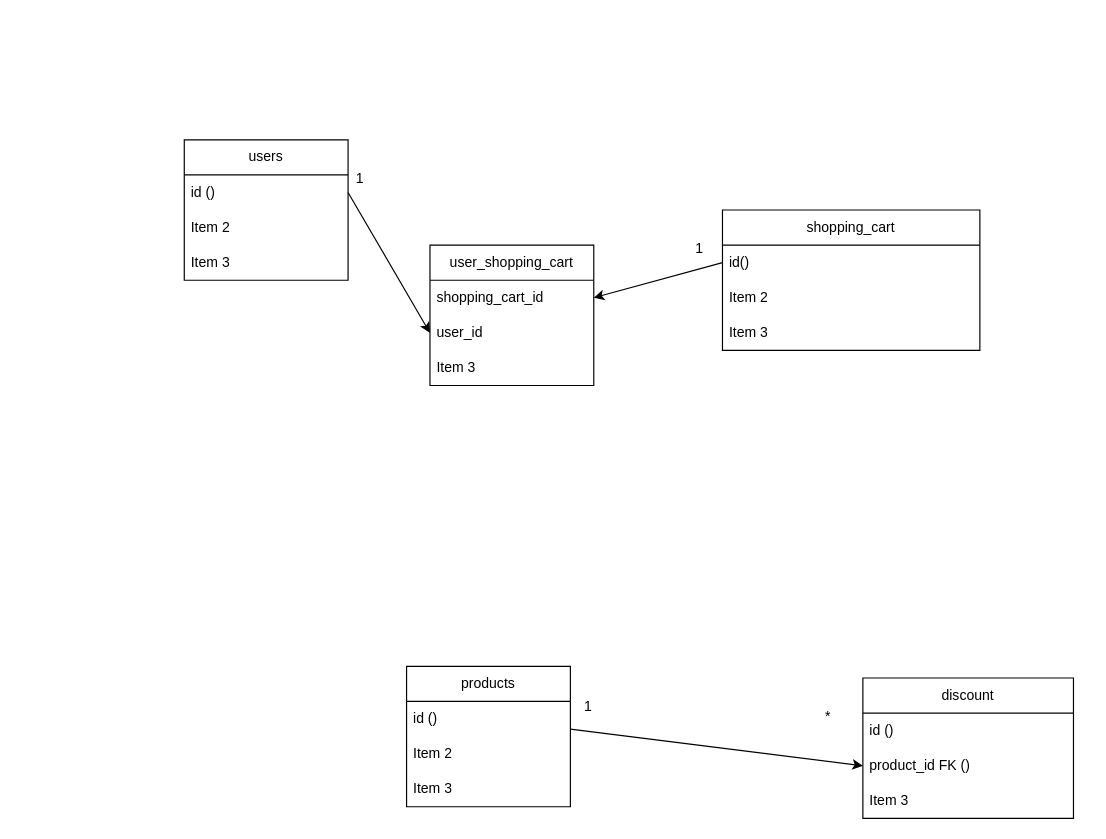
DamianoMura/backend keeps this draw.io diagram as DB_GRAPH.drawio. Above is the earlier version. Source tidied: cells renumbered, new cells numbered last; positions are measured from the earlier drawing's top-left corner, leaving out a move shared by most shapes. Both pictures are drawn from the tidied source at 117%, with x=0, y=0 at pixel (184, 139).
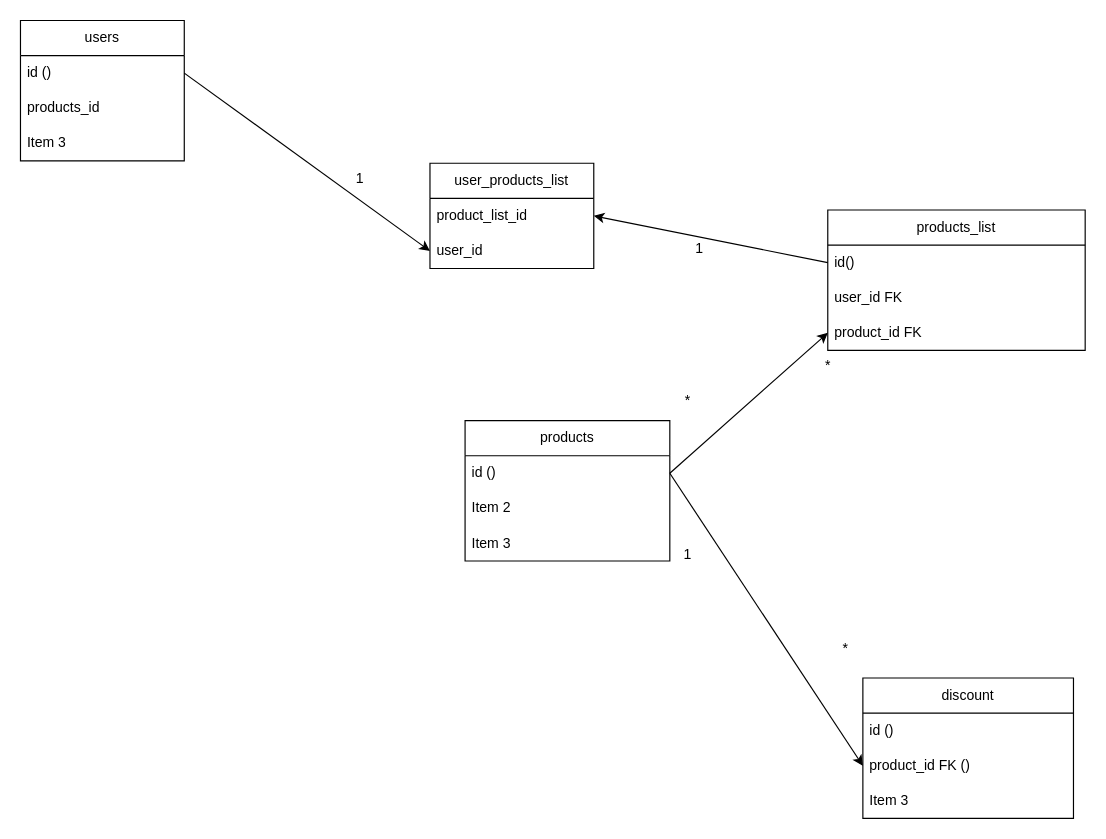
The same page after the edit.

Commit message:
[feat] update tables_product

The change refers to these unchanged cells:
```xml
<mxCell id="12" value="product_id FK&amp;nbsp;&lt;span style=&quot;color: rgb(0, 0, 0);&quot;&gt;()&lt;/span&gt;&amp;nbsp;" style="text;strokeColor=none;fillColor=none;align=left;verticalAlign=middle;spacingLeft=4;spacingRight=4;overflow=hidden;points=[[0,0.5],[1,0.5]];portConstraint=eastwest;whiteSpace=wrap;html=1;" parent="10" vertex="1">
  <mxGeometry y="60" width="180" height="30" as="geometry" />
</mxCell>
```

Diff of the diagram source:
```diff
@@
     <mxCell id="2" value="users" style="swimlane;fontStyle=0;horizontal=1;startSize=30;whiteSpace=wrap;html=1;" parent="1" vertex="1">
-      <mxGeometry width="140" height="120" as="geometry" />
+      <mxGeometry x="-140" y="-102" width="140" height="120" as="geometry" />
     </mxCell>
@@
-    <mxCell id="4" value="Item 2" style="text;strokeColor=none;fillColor=none;align=left;verticalAlign=middle;spacingLeft=4;spacingRight=4;overflow=hidden;whiteSpace=wrap;html=1;" parent="2" vertex="1">
+    <mxCell id="4" value="&lt;span style=&quot;color: rgb(0, 0, 0); text-align: center;&quot;&gt;products_id&lt;/span&gt;" style="text;strokeColor=none;fillColor=none;align=left;verticalAlign=middle;spacingLeft=4;spacingRight=4;overflow=hidden;whiteSpace=wrap;html=1;" parent="2" vertex="1">
       <mxGeometry y="60" width="140" height="30" as="geometry" />
     </mxCell>
@@
     <mxCell id="6" value="products" style="swimlane;fontStyle=0;horizontal=1;startSize=30;whiteSpace=wrap;html=1;" parent="1" vertex="1">
-      <mxGeometry x="190" y="450" width="140" height="120" as="geometry" />
+      <mxGeometry x="240" y="240" width="175" height="120" as="geometry" />
     </mxCell>
     <mxCell id="7" value="&lt;span style=&quot;color: rgb(0, 0, 0);&quot;&gt;id ()&lt;/span&gt;" style="text;strokeColor=none;fillColor=none;align=left;verticalAlign=middle;spacingLeft=4;spacingRight=4;overflow=hidden;points=[[0,0.5],[1,0.5]];portConstraint=eastwest;whiteSpace=wrap;html=1;" parent="6" vertex="1">
-      <mxGeometry y="30" width="140" height="30" as="geometry" />
+      <mxGeometry y="30" width="175" height="30" as="geometry" />
     </mxCell>
     <mxCell id="8" value="Item 2" style="text;strokeColor=none;fillColor=none;align=left;verticalAlign=middle;spacingLeft=4;spacingRight=4;overflow=hidden;whiteSpace=wrap;html=1;" parent="6" vertex="1">
-      <mxGeometry y="60" width="140" height="30" as="geometry" />
+      <mxGeometry y="60" width="175" height="30" as="geometry" />
     </mxCell>
     <mxCell id="9" value="Item 3" style="text;strokeColor=none;fillColor=none;align=left;verticalAlign=middle;spacingLeft=4;spacingRight=4;overflow=hidden;whiteSpace=wrap;html=1;" parent="6" vertex="1">
-      <mxGeometry y="90" width="140" height="30" as="geometry" />
+      <mxGeometry y="90" width="175" height="30" as="geometry" />
     </mxCell>
@@
     <mxCell id="14" value="1" style="text;html=1;align=center;verticalAlign=middle;strokeColor=none;fillColor=none;" parent="1" vertex="1">
-      <mxGeometry x="330" y="470" width="30" height="30" as="geometry" />
+      <mxGeometry x="415" y="340" width="30" height="30" as="geometry" />
     </mxCell>
-    <mxCell id="15" style="edgeStyle=none;html=1;entryX=0;entryY=0.5;entryDx=0;entryDy=0;" parent="1" edge="1" source="7" target="12">
-      <mxGeometry relative="1" as="geometry" />
-    </mxCell>
     <mxCell id="16" value="*" style="text;html=1;align=center;verticalAlign=middle;strokeColor=none;fillColor=none;" parent="1" vertex="1">
-      <mxGeometry x="535" y="478" width="30" height="30" as="geometry" />
+      <mxGeometry x="550" y="420" width="30" height="30" as="geometry" />
     </mxCell>
-    <mxCell id="17" value="shopping_cart" style="swimlane;fontStyle=0;horizontal=1;startSize=30;whiteSpace=wrap;html=1;" parent="1" vertex="1">
-      <mxGeometry x="460" y="60" width="220" height="120" as="geometry" />
+    <mxCell id="17" value="products_list" style="swimlane;fontStyle=0;horizontal=1;startSize=30;whiteSpace=wrap;html=1;" parent="1" vertex="1">
+      <mxGeometry x="550" y="60" width="220" height="120" as="geometry" />
     </mxCell>
@@
-    <mxCell id="19" value="Item 2" style="text;strokeColor=none;fillColor=none;align=left;verticalAlign=middle;spacingLeft=4;spacingRight=4;overflow=hidden;whiteSpace=wrap;html=1;" parent="17" vertex="1">
+    <mxCell id="19" value="&lt;span style=&quot;color: rgb(0, 0, 0);&quot;&gt;user_id FK&lt;/span&gt;" style="text;strokeColor=none;fillColor=none;align=left;verticalAlign=middle;spacingLeft=4;spacingRight=4;overflow=hidden;whiteSpace=wrap;html=1;" parent="17" vertex="1">
       <mxGeometry y="60" width="220" height="30" as="geometry" />
     </mxCell>
-    <mxCell id="20" value="Item 3" style="text;strokeColor=none;fillColor=none;align=left;verticalAlign=middle;spacingLeft=4;spacingRight=4;overflow=hidden;points=[[0,0.5],[1,0.5]];portConstraint=eastwest;whiteSpace=wrap;html=1;" parent="17" vertex="1">
+    <mxCell id="20" value="&lt;span style=&quot;color: rgb(0, 0, 0); text-align: center;&quot;&gt;product_id FK&lt;/span&gt;" style="text;strokeColor=none;fillColor=none;align=left;verticalAlign=middle;spacingLeft=4;spacingRight=4;overflow=hidden;points=[[0,0.5],[1,0.5]];portConstraint=eastwest;whiteSpace=wrap;html=1;" parent="17" vertex="1">
       <mxGeometry y="90" width="220" height="30" as="geometry" />
     </mxCell>
-    <mxCell id="21" value="user_&lt;span style=&quot;color: rgb(0, 0, 0);&quot;&gt;shopping_cart&lt;/span&gt;" style="swimlane;fontStyle=0;horizontal=1;startSize=30;whiteSpace=wrap;html=1;" parent="1" vertex="1">
-      <mxGeometry x="210" y="90" width="140" height="120" as="geometry" />
+    <mxCell id="21" value="user_&lt;span style=&quot;color: rgb(0, 0, 0);&quot;&gt;products_list&lt;/span&gt;" style="swimlane;fontStyle=0;horizontal=1;startSize=30;whiteSpace=wrap;html=1;" parent="1" vertex="1">
+      <mxGeometry x="210" y="20" width="140" height="90" as="geometry" />
     </mxCell>
-    <mxCell id="22" value="&lt;span style=&quot;color: rgb(0, 0, 0); text-align: center;&quot;&gt;shopping_cart_id&lt;/span&gt;" style="text;strokeColor=none;fillColor=none;align=left;verticalAlign=middle;spacingLeft=4;spacingRight=4;overflow=hidden;points=[[0,0.5],[1,0.5]];portConstraint=eastwest;whiteSpace=wrap;html=1;" parent="21" vertex="1">
+    <mxCell id="22" value="&lt;span style=&quot;color: rgb(0, 0, 0); text-align: center;&quot;&gt;&lt;span style=&quot;color: rgb(0, 0, 0);&quot;&gt;product_list&lt;/span&gt;_id&lt;/span&gt;" style="text;strokeColor=none;fillColor=none;align=left;verticalAlign=middle;spacingLeft=4;spacingRight=4;overflow=hidden;points=[[0,0.5],[1,0.5]];portConstraint=eastwest;whiteSpace=wrap;html=1;" parent="21" vertex="1">
       <mxGeometry y="30" width="140" height="30" as="geometry" />
     </mxCell>
@@
-    <mxCell id="24" value="Item 3" style="text;strokeColor=none;fillColor=none;align=left;verticalAlign=middle;spacingLeft=4;spacingRight=4;overflow=hidden;whiteSpace=wrap;html=1;" parent="21" vertex="1">
-      <mxGeometry y="90" width="140" height="30" as="geometry" />
-    </mxCell>
@@
+    <mxCell id="29" style="edgeStyle=none;html=1;exitX=1;exitY=0.5;exitDx=0;exitDy=0;entryX=0;entryY=0.5;entryDx=0;entryDy=0;" parent="1" edge="1" source="7" target="20">
+      <mxGeometry relative="1" as="geometry" />
+    </mxCell>
+    <mxCell id="30" value="*" style="text;html=1;align=center;verticalAlign=middle;strokeColor=none;fillColor=none;" parent="1" vertex="1">
+      <mxGeometry x="415" y="208" width="30" height="30" as="geometry" />
+    </mxCell>
+    <mxCell id="31" value="*" style="text;html=1;align=center;verticalAlign=middle;strokeColor=none;fillColor=none;" parent="1" vertex="1">
+      <mxGeometry x="535" y="178" width="30" height="30" as="geometry" />
+    </mxCell>
+    <mxCell id="15" style="edgeStyle=none;html=1;exitX=1;exitY=0.5;exitDx=0;exitDy=0;entryX=0;entryY=0.5;entryDx=0;entryDy=0;" parent="1" edge="1" source="7" target="12">
+      <mxGeometry relative="1" as="geometry" />
+    </mxCell>
```
